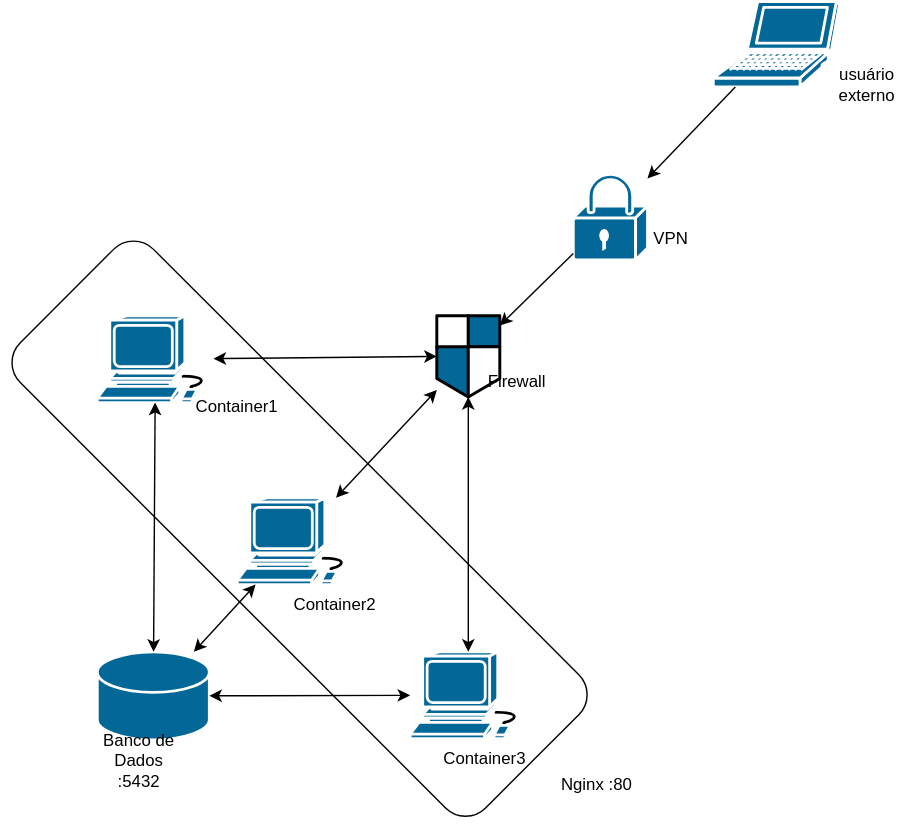
This is utils/Topologia de Rede.svg from kajiyap/ProjetoRedes2025, a draw.io export, as it was before one commit. Source tidied: cells renumbered, new cells last; positions are measured from the earlier drawing's top-left corner, leaving out a move shared by most shapes.
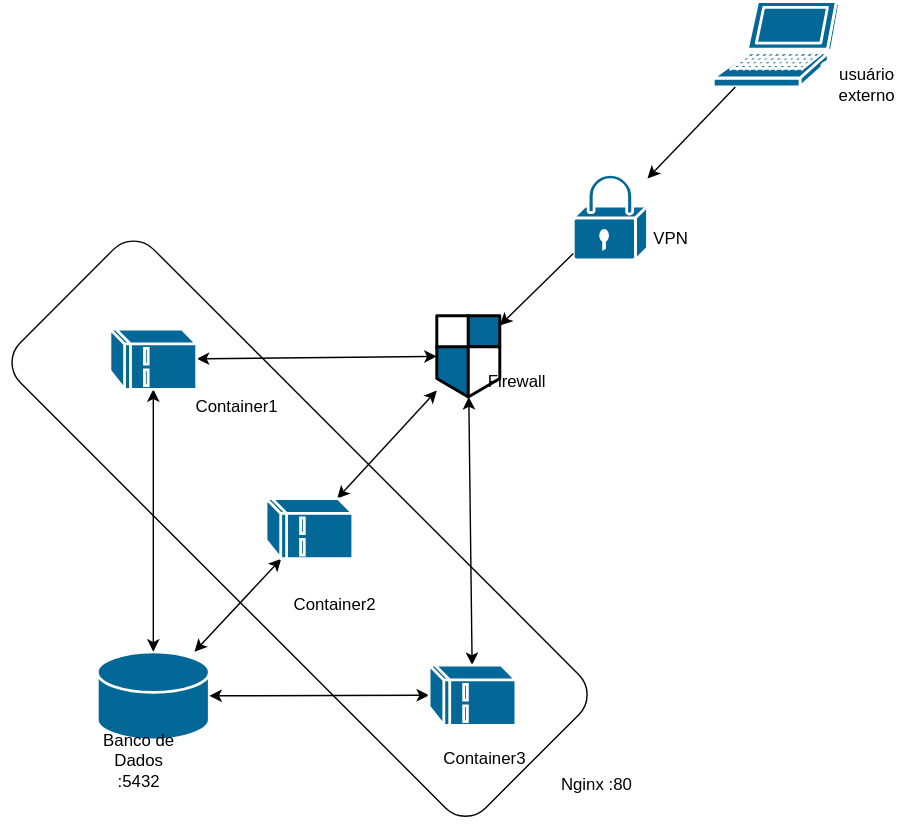
After the change.

Commit message:
alterando arquivo de imagem

Diff of the diagram source:
```diff
@@ -8,31 +8,22 @@
     <mxCell id="3" style="shape=mxgraph.cisco.storage.relational_database;sketch=0;html=1;dashed=0;fillColor=#036897;strokeColor=#ffffff;strokeWidth=2;verticalLabelPosition=bottom;verticalAlign=top;align=center;outlineConnect=0;" parent="1" vertex="1">
       <mxGeometry y="464" width="80" height="63" as="geometry" />
     </mxCell>
-    <mxCell id="4" style="shape=mxgraph.cisco.computers_and_peripherals.workstation;sketch=0;html=1;dashed=0;fillColor=#036897;strokeColor=#ffffff;strokeWidth=2;verticalLabelPosition=bottom;verticalAlign=top;align=center;outlineConnect=0;" parent="1" vertex="1">
-      <mxGeometry y="224" width="83" height="62" as="geometry" />
-    </mxCell>
-    <mxCell id="5" style="shape=mxgraph.cisco.computers_and_peripherals.workstation;sketch=0;html=1;dashed=0;fillColor=#036897;strokeColor=#ffffff;strokeWidth=2;verticalLabelPosition=bottom;verticalAlign=top;align=center;outlineConnect=0;" parent="1" vertex="1">
-      <mxGeometry x="100" y="354" width="83" height="62" as="geometry" />
-    </mxCell>
-    <mxCell id="6" style="shape=mxgraph.cisco.computers_and_peripherals.workstation;sketch=0;html=1;dashed=0;fillColor=#036897;strokeColor=#ffffff;strokeWidth=2;verticalLabelPosition=bottom;verticalAlign=top;align=center;outlineConnect=0;" parent="1" vertex="1">
-      <mxGeometry x="223.5" y="464" width="83" height="62" as="geometry" />
-    </mxCell>
-    <mxCell id="7" style="endArrow=classic;startArrow=classic;html=1;rounded=0;" parent="1" edge="1" source="3" target="4">
+    <mxCell id="7" style="endArrow=classic;startArrow=classic;html=1;rounded=0;" parent="1" edge="1" source="3" target="29">
       <mxGeometry relative="1" as="geometry" />
     </mxCell>
-    <mxCell id="8" style="endArrow=classic;startArrow=classic;html=1;rounded=0;" parent="1" edge="1" source="3" target="5">
+    <mxCell id="8" style="endArrow=classic;startArrow=classic;html=1;rounded=0;" parent="1" edge="1" source="3" target="28">
       <mxGeometry relative="1" as="geometry" />
     </mxCell>
-    <mxCell id="9" style="endArrow=classic;startArrow=classic;html=1;rounded=0;" parent="1" edge="1" source="3" target="6">
+    <mxCell id="9" style="endArrow=classic;startArrow=classic;html=1;rounded=0;" parent="1" edge="1" source="3" target="27">
       <mxGeometry relative="1" as="geometry" />
     </mxCell>
-    <mxCell id="10" style="endArrow=classic;startArrow=classic;html=1;rounded=0;entryX=0;entryY=0.5;entryDx=0;entryDy=0;entryPerimeter=0;" parent="1" edge="1" source="4" target="13">
+    <mxCell id="10" style="endArrow=classic;startArrow=classic;html=1;rounded=0;entryX=0;entryY=0.5;entryDx=0;entryDy=0;entryPerimeter=0;" parent="1" edge="1" source="29" target="13">
       <mxGeometry relative="1" as="geometry" />
     </mxCell>
-    <mxCell id="11" style="endArrow=classic;startArrow=classic;html=1;rounded=0;exitX=0.5;exitY=0;exitDx=0;exitDy=0;exitPerimeter=0;" parent="1" edge="1" source="6" target="13">
+    <mxCell id="11" style="endArrow=classic;startArrow=classic;html=1;rounded=0;" parent="1" edge="1" source="27" target="13">
       <mxGeometry relative="1" as="geometry" />
     </mxCell>
-    <mxCell id="12" style="endArrow=classic;startArrow=classic;html=1;rounded=0;" parent="1" edge="1" source="5" target="13">
+    <mxCell id="12" style="endArrow=classic;startArrow=classic;html=1;rounded=0;" parent="1" edge="1" source="28" target="13">
       <mxGeometry relative="1" as="geometry" />
     </mxCell>
     <mxCell id="13" style="shape=mxgraph.cisco.security.network_security;sketch=0;html=1;dashed=0;fillColor=#036897;strokeColor=#ffffff;strokeWidth=2;verticalLabelPosition=bottom;verticalAlign=top;align=center;outlineConnect=0;" parent="1" vertex="1">
@@ -80,5 +71,14 @@
     <mxCell id="26" value="Nginx :80" style="text;html=1;align=center;verticalAlign=middle;whiteSpace=wrap;rounded=0;" parent="1" vertex="1">
       <mxGeometry x="326.5" y="544" width="60" height="30" as="geometry" />
     </mxCell>
+    <mxCell id="27" style="shape=mxgraph.cisco.computers_and_peripherals.ibm_mini_as400;sketch=0;html=1;dashed=0;fillColor=#036897;strokeColor=#ffffff;strokeWidth=2;verticalLabelPosition=bottom;verticalAlign=top;align=center;outlineConnect=0;rotation=-90;" parent="1" vertex="1">
+      <mxGeometry x="246.5" y="464" width="43" height="62" as="geometry" />
+    </mxCell>
+    <mxCell id="28" style="shape=mxgraph.cisco.computers_and_peripherals.ibm_mini_as400;sketch=0;html=1;dashed=0;fillColor=#036897;strokeColor=#ffffff;strokeWidth=2;verticalLabelPosition=bottom;verticalAlign=top;align=center;outlineConnect=0;rotation=-90;" parent="1" vertex="1">
+      <mxGeometry x="130" y="345" width="43" height="62" as="geometry" />
+    </mxCell>
+    <mxCell id="29" style="shape=mxgraph.cisco.computers_and_peripherals.ibm_mini_as400;sketch=0;html=1;dashed=0;fillColor=#036897;strokeColor=#ffffff;strokeWidth=2;verticalLabelPosition=bottom;verticalAlign=top;align=center;outlineConnect=0;rotation=-90;" parent="1" vertex="1">
+      <mxGeometry x="18.5" y="224" width="43" height="62" as="geometry" />
+    </mxCell>
   </root>
 </mxGraphModel>
```
